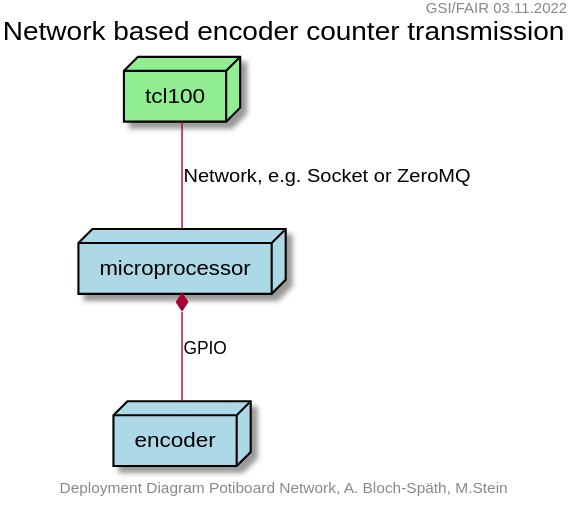
Earlier version of the PlantUML export evaluation/common/img/komponenten-uml-02.svg (steinmartin/encoder-positions-docs).
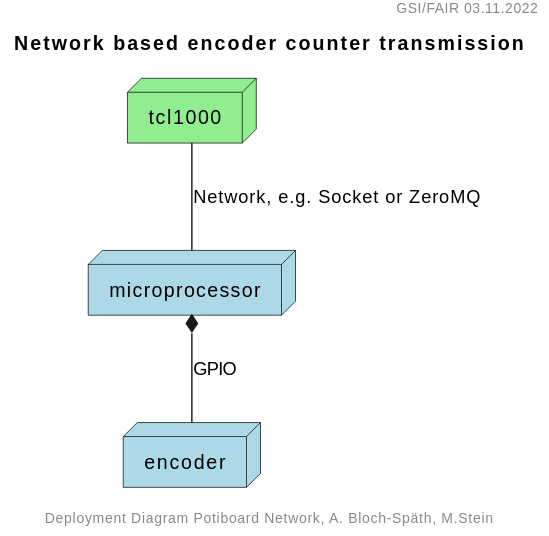
The same diagram one commit later.

The edit, as a diff of the source:
```diff
@@ -5,9 +5,9 @@
 title Network based encoder counter transmission
 
 
-node tcl100 #lightgreen;line:black;text:black
+node tcl1000 #lightgreen;line:black;text:black
 node microprocessor #lightblue;line:black;text:black
 node encoder #lightblue;line:black;text:black
 microprocessor *-- encoder : GPIO
-tcl100 -- microprocessor : Network, e.g. Socket or ZeroMQ
+tcl1000 -- microprocessor : Network, e.g. Socket or ZeroMQ
 @enduml
```
